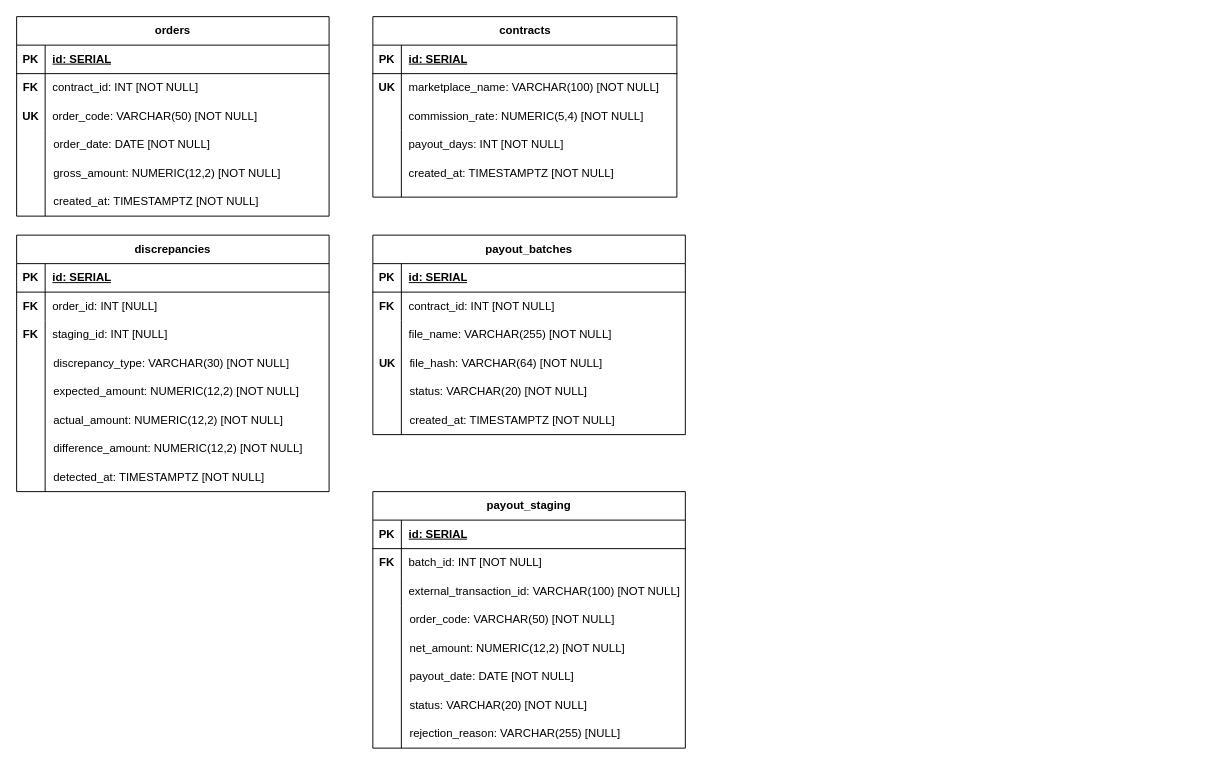
Earlier version of the draw.io diagram docs/data_model.drawio (jroquebento/marketplace-reconciliation-api). Source tidied: cells renumbered, new cells numbered last; positions are measured from the earlier drawing's top-left corner, leaving out a move shared by most shapes. Both pictures are drawn from the tidied source at 95%, with x=0, y=0 at pixel (16, 16).
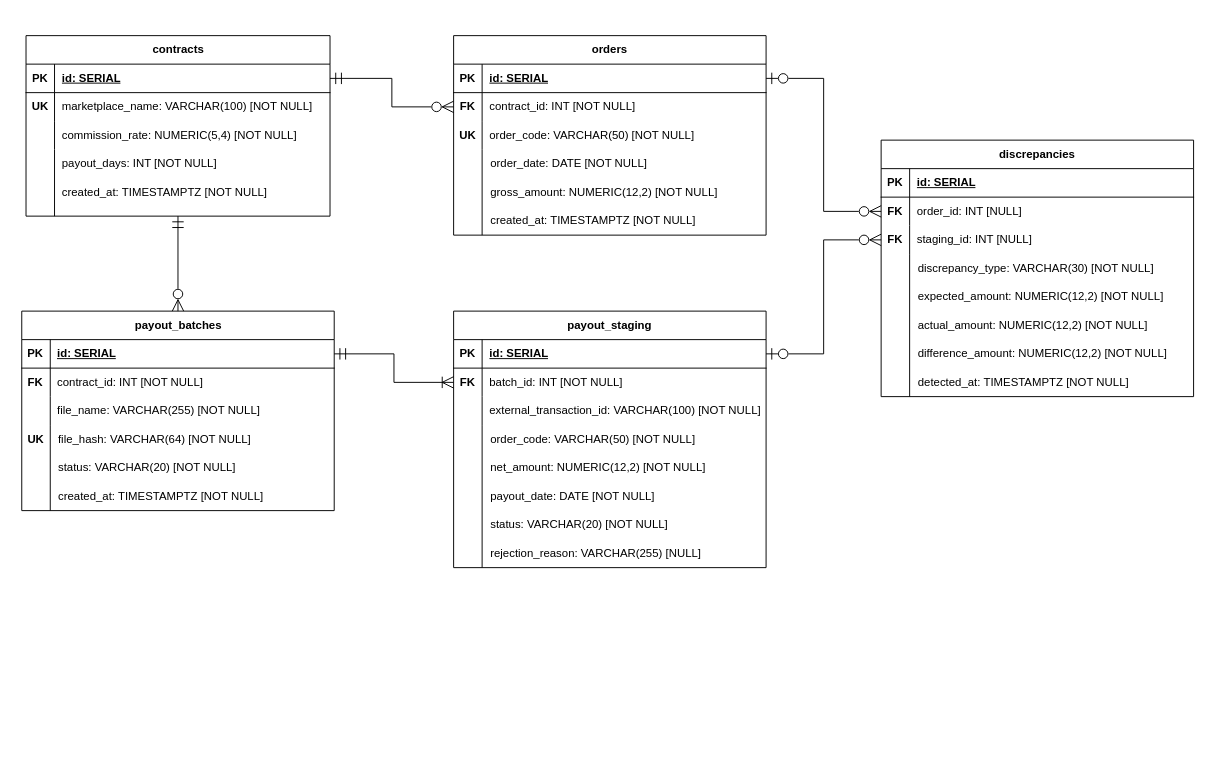
The same page after the edit.

Commit message (it also covers changes not shown here):
docs: add entity relationships and export ER diagram imagem

The change refers to these unchanged cells:
```xml
<mxCell id="3" value="contracts" style="shape=table;startSize=30;childLayout=tableLayout;rowLines=0;fontStyle=1;align=center;html=1;" parent="2" vertex="1">
  <mxGeometry width="320" height="190" as="geometry" />
</mxCell>
<mxCell id="4" style="shape=tableRow;horizontal=0;startSize=0;swimlaneHead=0;swimlaneBody=0;fillColor=none;points=[[0,0.5],[1,0.5]];portConstraint=eastwest;top=0;left=0;right=0;bottom=1;" parent="3" vertex="1">
  <mxGeometry y="30" width="320" height="30" as="geometry" />
</mxCell>
<mxCell id="22" style="shape=tableRow;horizontal=0;startSize=0;swimlaneHead=0;swimlaneBody=0;fillColor=none;points=[[0,0.5],[1,0.5]];portConstraint=eastwest;top=0;left=0;right=0;bottom=1;" parent="21" vertex="1">
  <mxGeometry y="30" width="328.9" height="30" as="geometry" />
</mxCell>
<mxCell id="25" style="shape=tableRow;horizontal=0;startSize=0;swimlaneHead=0;swimlaneBody=0;fillColor=none;points=[[0,0.5],[1,0.5]];portConstraint=eastwest;top=0;left=0;right=0;bottom=0;" parent="21" vertex="1">
  <mxGeometry y="60" width="328.9" height="30" as="geometry" />
</mxCell>
<mxCell id="41" value="payout_batches" style="shape=table;startSize=30;childLayout=tableLayout;rowLines=0;fontStyle=1;align=center;html=1;" parent="40" vertex="1">
  <mxGeometry width="328.9" height="210" as="geometry" />
</mxCell>
<mxCell id="42" style="shape=tableRow;horizontal=0;startSize=0;swimlaneHead=0;swimlaneBody=0;fillColor=none;points=[[0,0.5],[1,0.5]];portConstraint=eastwest;top=0;left=0;right=0;bottom=1;" parent="41" vertex="1">
  <mxGeometry y="30" width="328.9" height="30" as="geometry" />
</mxCell>
<mxCell id="62" style="shape=tableRow;horizontal=0;startSize=0;swimlaneHead=0;swimlaneBody=0;fillColor=none;points=[[0,0.5],[1,0.5]];portConstraint=eastwest;top=0;left=0;right=0;bottom=1;" parent="61" vertex="1">
  <mxGeometry y="30" width="328.9" height="30" as="geometry" />
</mxCell>
<mxCell id="65" style="shape=tableRow;horizontal=0;startSize=0;swimlaneHead=0;swimlaneBody=0;fillColor=none;points=[[0,0.5],[1,0.5]];portConstraint=eastwest;top=0;left=0;right=0;bottom=0;" parent="61" vertex="1">
  <mxGeometry y="60" width="328.9" height="30" as="geometry" />
</mxCell>
<mxCell id="89" style="shape=tableRow;horizontal=0;startSize=0;swimlaneHead=0;swimlaneBody=0;fillColor=none;points=[[0,0.5],[1,0.5]];portConstraint=eastwest;top=0;left=0;right=0;bottom=0;" parent="85" vertex="1">
  <mxGeometry y="60" width="328.9" height="30" as="geometry" />
</mxCell>
<mxCell id="92" style="shape=tableRow;horizontal=0;startSize=0;swimlaneHead=0;swimlaneBody=0;fillColor=none;points=[[0,0.5],[1,0.5]];portConstraint=eastwest;top=0;left=0;right=0;bottom=0;" parent="85" vertex="1">
  <mxGeometry y="90" width="328.9" height="30" as="geometry" />
</mxCell>
```

Diff of the diagram source:
```diff
@@
     <mxCell id="2" style="group;" parent="1" vertex="1">
-      <mxGeometry x="375" width="320" height="190" as="geometry" />
+      <mxGeometry x="9.9" y="20" width="320" height="190" as="geometry" />
     </mxCell>
@@
     <mxCell id="20" style="group;" parent="1" vertex="1">
-      <mxGeometry width="328.9" height="210" as="geometry" />
+      <mxGeometry x="460" y="20" width="328.9" height="210" as="geometry" />
     </mxCell>
@@
     <mxCell id="40" style="group;" parent="1" vertex="1">
-      <mxGeometry x="375" y="230" width="328.9" height="210" as="geometry" />
+      <mxGeometry x="5.4" y="310" width="328.9" height="210" as="geometry" />
     </mxCell>
@@
     <mxCell id="60" style="group;" parent="1" vertex="1">
-      <mxGeometry x="375" y="500" width="328.9" height="270" as="geometry" />
+      <mxGeometry x="460" y="310" width="328.9" height="270" as="geometry" />
     </mxCell>
@@
     <mxCell id="84" style="group;" parent="1" vertex="1">
-      <mxGeometry y="230" width="328.9" height="270" as="geometry" />
+      <mxGeometry x="910" y="130" width="328.9" height="270" as="geometry" />
     </mxCell>
@@
+    <mxCell id="108" style="edgeStyle=orthogonalEdgeStyle;rounded=0;jettySize=auto;html=1;exitX=1;exitY=0.5;exitDx=0;exitDy=0;entryX=0;entryY=0.5;entryDx=0;entryDy=0;defaultLabelBackgroundColor=page;labelPadding=0 4;endArrow=ERzeroToMany;endFill=0;startArrow=ERmandOne;startFill=0;strokeWidth=1;startSize=10;endSize=10;" parent="1" edge="1" source="4" target="25">
+      <mxGeometry relative="1" as="geometry" />
+    </mxCell>
+    <mxCell id="109" style="edgeStyle=orthogonalEdgeStyle;rounded=0;jettySize=auto;html=1;entryX=0.5;entryY=0;entryDx=0;entryDy=0;defaultLabelBackgroundColor=page;labelPadding=0 4;endArrow=ERzeroToMany;endFill=0;startArrow=ERmandOne;startFill=0;startSize=10;endSize=10;jumpSize=6;strokeWidth=1;" parent="1" edge="1" source="3" target="41">
+      <mxGeometry relative="1" as="geometry" />
+    </mxCell>
+    <mxCell id="110" style="edgeStyle=orthogonalEdgeStyle;rounded=0;jettySize=auto;html=1;entryX=0;entryY=0.5;entryDx=0;entryDy=0;defaultLabelBackgroundColor=page;labelPadding=0 4;startSize=10;endSize=10;startArrow=ERmandOne;startFill=0;endArrow=ERoneToMany;endFill=0;" parent="1" edge="1" source="42" target="65">
+      <mxGeometry relative="1" as="geometry" />
+    </mxCell>
+    <mxCell id="111" style="edgeStyle=orthogonalEdgeStyle;rounded=0;jettySize=auto;html=1;entryX=0;entryY=0.5;entryDx=0;entryDy=0;defaultLabelBackgroundColor=page;labelPadding=0 4;endArrow=ERzeroToMany;endFill=0;startArrow=ERzeroToOne;startFill=0;startSize=10;endSize=10;" parent="1" edge="1" source="22" target="89">
+      <mxGeometry relative="1" as="geometry" />
+    </mxCell>
+    <mxCell id="112" style="edgeStyle=orthogonalEdgeStyle;rounded=0;jettySize=auto;html=1;defaultLabelBackgroundColor=page;labelPadding=0 4;exitX=0;exitY=0.5;exitDx=0;exitDy=0;endArrow=ERzeroToOne;endFill=0;startArrow=ERzeroToMany;startFill=0;startSize=10;endSize=10;" parent="1" edge="1" source="92" target="62">
+      <mxGeometry relative="1" as="geometry" />
+    </mxCell>
```
